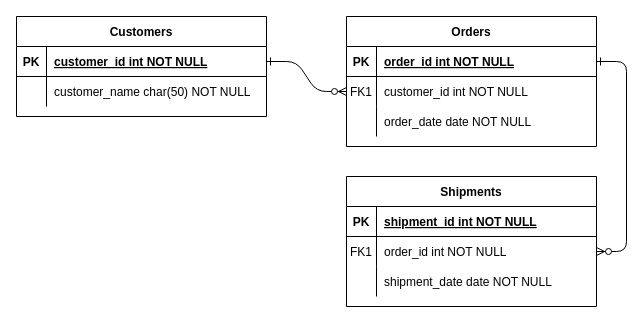
Before: Untitled Diagram.drawio in dezywandrio04/hrdapp, a draw.io diagram. Source tidied: cells renumbered, new cells numbered last; positions are measured from the earlier drawing's top-left corner, leaving out a move shared by most shapes. Both pictures are drawn from the tidied source at 100%, with x=0, y=0 at pixel (16, 16).
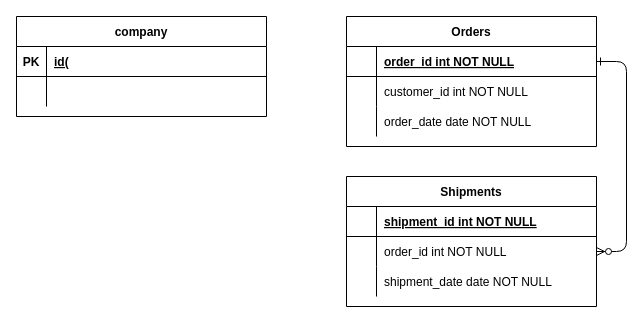
Above is the later version.

The change refers to these unchanged cells:
```xml
<mxCell id="5" style="shape=partialRectangle;fillColor=none;points=[[0,0.5],[1,0.5]];portConstraint=eastwest;top=0;left=0;right=0;bottom=1;" parent="4" vertex="1">
  <mxGeometry y="30" width="250" height="30" as="geometry" />
</mxCell>
<mxCell id="8" style="shape=partialRectangle;fillColor=none;points=[[0,0.5],[1,0.5]];portConstraint=eastwest;top=0;left=0;right=0;bottom=0;" parent="4" vertex="1">
  <mxGeometry y="60" width="250" height="30" as="geometry" />
</mxCell>
<mxCell id="15" style="shape=partialRectangle;fillColor=none;top=0;left=0;right=0;bottom=1;" parent="14" vertex="1">
  <mxGeometry y="30" width="250" height="30" as="geometry" />
</mxCell>
<mxCell id="18" style="shape=partialRectangle;fillColor=none;points=[[0,0.5],[1,0.5]];portConstraint=eastwest;top=0;left=0;right=0;bottom=0;" parent="14" vertex="1">
  <mxGeometry y="60" width="250" height="30" as="geometry" />
</mxCell>
<mxCell id="25" style="shape=partialRectangle;fillColor=none;points=[[0,0.5],[1,0.5]];portConstraint=eastwest;top=0;left=0;right=0;bottom=1;" parent="24" vertex="1">
  <mxGeometry y="30" width="250" height="30" as="geometry" />
</mxCell>
<mxCell id="28" style="shape=partialRectangle;fillColor=none;top=0;left=0;right=0;bottom=0;" parent="24" vertex="1">
  <mxGeometry y="60" width="250" height="30" as="geometry" />
</mxCell>
```

What changed in the source:
```diff
@@
-    <mxCell id="2" style="edgeStyle=entityRelationEdgeStyle;endArrow=ERzeroToMany;startArrow=ERone;endFill=1;startFill=0;" parent="1" edge="1" source="25" target="8">
-      <mxGeometry relative="1" as="geometry" />
-    </mxCell>
@@
-    <mxCell id="6" value="PK" style="shape=partialRectangle;overflow=hidden;fillColor=none;top=0;left=0;bottom=0;right=0;fontStyle=1;" parent="5" vertex="1">
+    <mxCell id="6" style="shape=partialRectangle;overflow=hidden;fillColor=none;top=0;left=0;bottom=0;right=0;fontStyle=1;" parent="5" vertex="1">
       <mxGeometry width="30" height="30" as="geometry" />
     </mxCell>
@@
-    <mxCell id="9" value="FK1" style="shape=partialRectangle;overflow=hidden;fillColor=none;top=0;left=0;bottom=0;right=0;" parent="8" vertex="1">
+    <mxCell id="9" style="shape=partialRectangle;overflow=hidden;fillColor=none;top=0;left=0;bottom=0;right=0;" parent="8" vertex="1">
       <mxGeometry width="30" height="30" as="geometry" />
     </mxCell>
@@
-    <mxCell id="16" value="PK" style="shape=partialRectangle;overflow=hidden;fillColor=none;top=0;left=0;bottom=0;right=0;fontStyle=1;" parent="15" vertex="1">
+    <mxCell id="16" style="shape=partialRectangle;overflow=hidden;fillColor=none;top=0;left=0;bottom=0;right=0;fontStyle=1;" parent="15" vertex="1">
       <mxGeometry width="30" height="30" as="geometry" />
     </mxCell>
@@
-    <mxCell id="19" value="FK1" style="shape=partialRectangle;overflow=hidden;fillColor=none;top=0;left=0;bottom=0;right=0;" parent="18" vertex="1">
+    <mxCell id="19" style="shape=partialRectangle;overflow=hidden;fillColor=none;top=0;left=0;bottom=0;right=0;" parent="18" vertex="1">
       <mxGeometry width="30" height="30" as="geometry" />
     </mxCell>
@@
-    <mxCell id="24" value="Customers" style="shape=table;startSize=30;childLayout=tableLayout;rowLines=0;fontStyle=1;align=center;" parent="1" vertex="1">
+    <mxCell id="24" value="company" style="shape=table;startSize=30;childLayout=tableLayout;rowLines=0;fontStyle=1;align=center;" parent="1" vertex="1">
       <mxGeometry width="250" height="100" as="geometry" />
     </mxCell>
@@
-    <mxCell id="27" value="customer_id int NOT NULL " style="shape=partialRectangle;overflow=hidden;fillColor=none;top=0;left=0;bottom=0;right=0;align=left;spacingLeft=6;fontStyle=5;" parent="25" vertex="1">
+    <mxCell id="27" value="id(" style="shape=partialRectangle;overflow=hidden;fillColor=none;top=0;left=0;bottom=0;right=0;align=left;spacingLeft=6;fontStyle=5;" parent="25" vertex="1">
       <mxGeometry x="30" width="220" height="30" as="geometry" />
     </mxCell>
@@
-    <mxCell id="30" value="customer_name char(50) NOT NULL" style="shape=partialRectangle;overflow=hidden;fillColor=none;top=0;left=0;bottom=0;right=0;align=left;spacingLeft=6;" parent="28" vertex="1">
+    <mxCell id="30" style="shape=partialRectangle;overflow=hidden;fillColor=none;top=0;left=0;bottom=0;right=0;align=left;spacingLeft=6;" parent="28" vertex="1">
       <mxGeometry x="30" width="220" height="30" as="geometry" />
     </mxCell>
```
